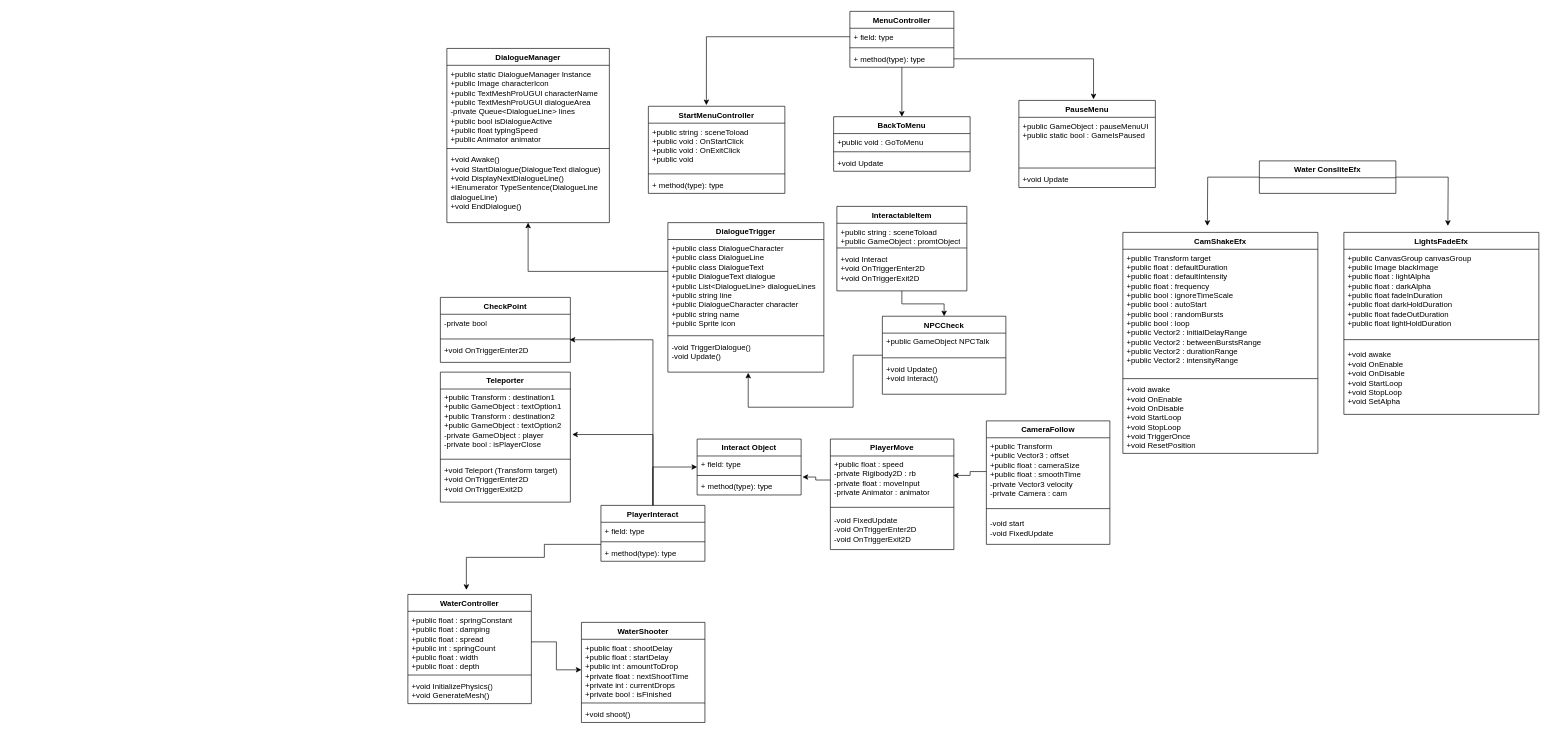
Blindman2233/ForDiagram keeps this draw.io diagram as skibidi Diagram.drawio. Above is the earlier version. Source tidied: cells renumbered, new cells numbered last; positions are measured from the earlier drawing's top-left corner, leaving out a move shared by most shapes. Both pictures are drawn from the tidied source at 65%, with x=0, y=0 at pixel (408, 11).
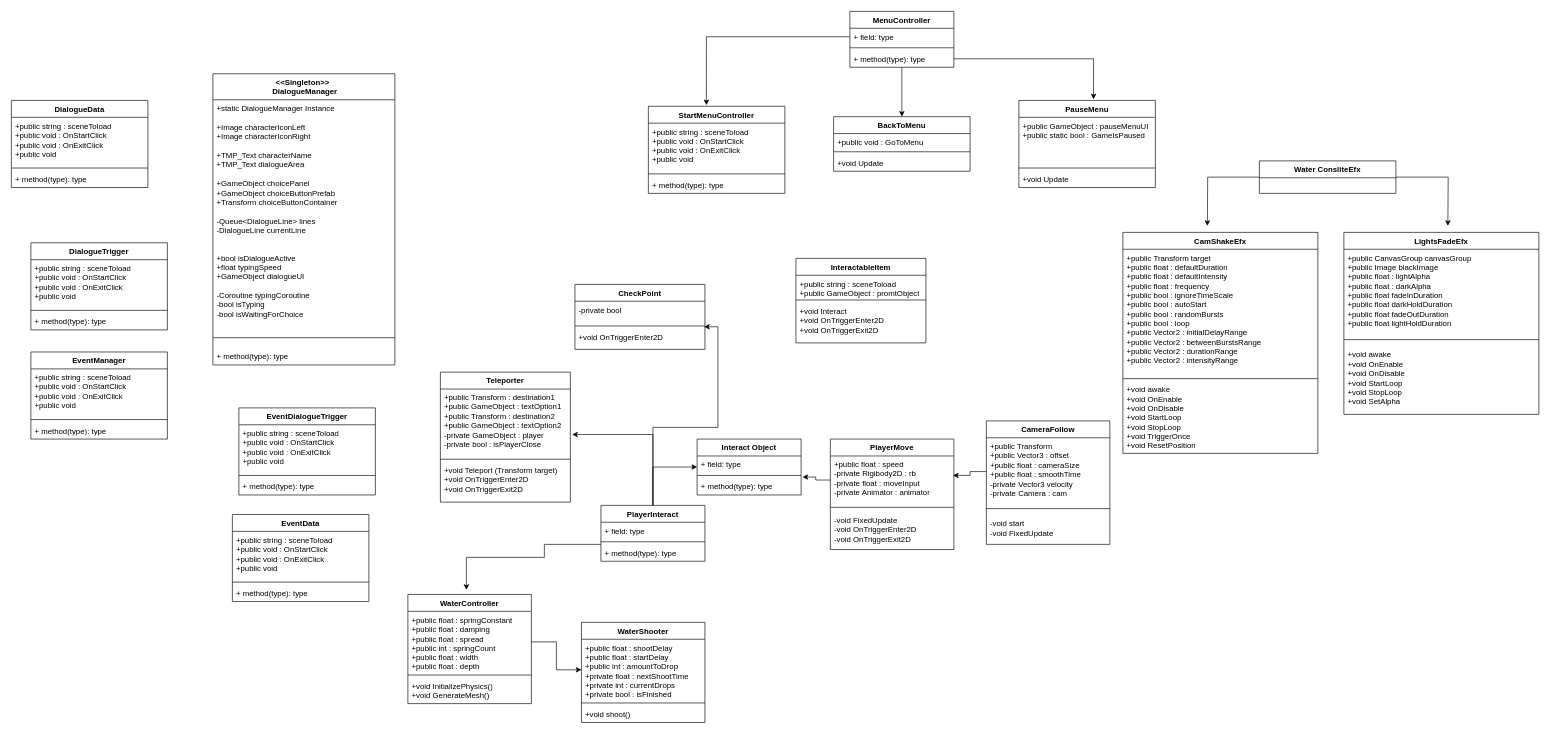
Above is the later version.

The edit, as a diff of the source:
```diff
@@
-    <mxCell id="16" value="DialogueManager" style="swimlane;fontStyle=1;align=center;verticalAlign=top;horizontal=1;startSize=26;whiteSpace=wrap;html=1;" parent="1" vertex="1">
-      <mxGeometry x="60" y="57" width="250" height="268" as="geometry" />
-    </mxCell>
-    <mxCell id="17" value="&lt;div&gt;+public static DialogueManager Instance&lt;/div&gt;&lt;div&gt;&lt;span style=&quot;background-color: transparent; color: light-dark(rgb(0, 0, 0), rgb(255, 255, 255));&quot;&gt;+public Image characterIcon&lt;/span&gt;&lt;/div&gt;&lt;div&gt;+public TextMeshProUGUI characterName&lt;/div&gt;&lt;div&gt;+public TextMeshProUGUI dialogueArea&lt;/div&gt;&lt;div&gt;&lt;span style=&quot;background-color: transparent; color: light-dark(rgb(0, 0, 0), rgb(255, 255, 255));&quot;&gt;-private Queue&amp;lt;DialogueLine&amp;gt; lines&lt;/span&gt;&lt;/div&gt;&lt;div&gt;+public bool isDialogueActive&lt;/div&gt;&lt;div&gt;&lt;span style=&quot;background-color: transparent; color: light-dark(rgb(0, 0, 0), rgb(255, 255, 255));&quot;&gt;+public float typingSpeed&lt;/span&gt;&lt;/div&gt;&lt;div&gt;&lt;span style=&quot;background-color: transparent; color: light-dark(rgb(0, 0, 0), rgb(255, 255, 255));&quot;&gt;+public Animator animator&lt;/span&gt;&lt;/div&gt;" style="text;strokeColor=none;fillColor=none;align=left;verticalAlign=top;spacingLeft=4;spacingRight=4;overflow=hidden;whiteSpace=wrap;html=1;" parent="16" vertex="1">
-      <mxGeometry y="26" width="250" height="124" as="geometry" />
-    </mxCell>
-    <mxCell id="18" style="line;strokeWidth=1;fillColor=none;align=left;verticalAlign=middle;spacingTop=-1;spacingLeft=3;spacingRight=3;labelPosition=right;strokeColor=inherit;" parent="16" vertex="1">
-      <mxGeometry y="150" width="250" height="8" as="geometry" />
-    </mxCell>
-    <mxCell id="19" value="+void Awake()&lt;div&gt;+void StartDialogue(DialogueText dialogue)&lt;/div&gt;&lt;div&gt;+void DisplayNextDialogueLine()&lt;/div&gt;&lt;div&gt;+IEnumerator TypeSentence(DialogueLine dialogueLine)&lt;/div&gt;&lt;div&gt;+void EndDialogue()&lt;/div&gt;&lt;div&gt;&lt;br&gt;&lt;/div&gt;" style="text;strokeColor=none;fillColor=none;align=left;verticalAlign=top;spacingLeft=4;spacingRight=4;overflow=hidden;whiteSpace=wrap;html=1;" parent="16" vertex="1">
-      <mxGeometry y="158" width="250" height="110" as="geometry" />
-    </mxCell>
@@
-    <mxCell id="24" style="edgeStyle=orthogonalEdgeStyle;rounded=0;jettySize=auto;html=1;entryX=0.5;entryY=1;entryDx=0;entryDy=0;" parent="1" edge="1" source="25" target="16">
-      <mxGeometry relative="1" as="geometry">
-        <Array as="points">
-          <mxPoint x="185" y="400" />
-        </Array>
-      </mxGeometry>
-    </mxCell>
-    <mxCell id="25" value="DialogueTrigger&lt;div&gt;&lt;br&gt;&lt;/div&gt;" style="swimlane;fontStyle=1;align=center;verticalAlign=top;horizontal=1;startSize=26;whiteSpace=wrap;html=1;" parent="1" vertex="1">
-      <mxGeometry x="400" y="325" width="240" height="230" as="geometry" />
-    </mxCell>
-    <mxCell id="26" value="&lt;div&gt;+public class DialogueCharacter&lt;/div&gt;&lt;div&gt;+public class DialogueLine&lt;/div&gt;&lt;div&gt;+public class DialogueText&lt;/div&gt;&lt;div&gt;+public DialogueText dialogue&lt;/div&gt;&lt;div&gt;+public List&amp;lt;DialogueLine&amp;gt; dialogueLines&lt;/div&gt;&lt;div&gt;+public string line&lt;/div&gt;&lt;div&gt;+public DialogueCharacter character&lt;/div&gt;&lt;div&gt;&lt;span style=&quot;background-color: transparent;&quot;&gt;+public string name&lt;/span&gt;&lt;/div&gt;&lt;div&gt;+public Sprite icon&lt;/div&gt;" style="text;strokeColor=none;fillColor=none;align=left;verticalAlign=top;spacingLeft=4;spacingRight=4;overflow=hidden;whiteSpace=wrap;html=1;" parent="25" vertex="1">
-      <mxGeometry y="26" width="240" height="144" as="geometry" />
-    </mxCell>
-    <mxCell id="27" style="line;strokeWidth=1;fillColor=none;align=left;verticalAlign=middle;spacingTop=-1;spacingLeft=3;spacingRight=3;labelPosition=right;strokeColor=inherit;" parent="25" vertex="1">
-      <mxGeometry y="170" width="240" height="8" as="geometry" />
-    </mxCell>
-    <mxCell id="28" value="-void TriggerDialogue()&lt;div&gt;-void Update()&lt;/div&gt;" style="text;strokeColor=none;fillColor=none;align=left;verticalAlign=top;spacingLeft=4;spacingRight=4;overflow=hidden;points=[[0,0.5],[1,0.5]];portConstraint=eastwest;whiteSpace=wrap;html=1;" parent="25" vertex="1">
-      <mxGeometry y="178" width="240" height="52" as="geometry" />
-    </mxCell>
@@
     <mxCell id="37" value="CheckPoint" style="swimlane;fontStyle=1;align=center;verticalAlign=top;horizontal=1;startSize=26;whiteSpace=wrap;html=1;" parent="1" vertex="1">
-      <mxGeometry x="50" y="440" width="200" height="100" as="geometry" />
+      <mxGeometry x="257" y="420" width="200" height="100" as="geometry" />
     </mxCell>
@@
-    <mxCell id="41" style="edgeStyle=orthogonalEdgeStyle;rounded=0;jettySize=auto;html=1;entryX=0.5;entryY=0;entryDx=0;entryDy=0;" parent="1" edge="1" source="42" target="69">
-      <mxGeometry relative="1" as="geometry" />
-    </mxCell>
-    <mxCell id="42" value="InteractableItem" style="swimlane;fontStyle=1;align=center;verticalAlign=top;horizontal=1;startSize=26;whiteSpace=wrap;html=1;" parent="1" vertex="1">
-      <mxGeometry x="660" y="300" width="200" height="130" as="geometry" />
-    </mxCell>
-    <mxCell id="43" value="&lt;div&gt;+public string : sceneToload&lt;/div&gt;&lt;div&gt;+public GameObject : promtObject&lt;/div&gt;" style="text;strokeColor=none;fillColor=none;align=left;verticalAlign=top;spacingLeft=4;spacingRight=4;overflow=hidden;whiteSpace=wrap;html=1;" parent="42" vertex="1">
-      <mxGeometry y="26" width="200" height="34" as="geometry" />
-    </mxCell>
-    <mxCell id="44" style="line;strokeWidth=1;fillColor=none;align=left;verticalAlign=middle;spacingTop=-1;spacingLeft=3;spacingRight=3;labelPosition=right;strokeColor=inherit;" parent="42" vertex="1">
-      <mxGeometry y="60" width="200" height="8" as="geometry" />
-    </mxCell>
-    <mxCell id="45" value="+void Interact&lt;div&gt;+void OnTriggerEnter2D&lt;/div&gt;&lt;div&gt;+void OnTriggerExit2D&lt;/div&gt;" style="text;strokeColor=none;fillColor=none;align=left;verticalAlign=top;spacingLeft=4;spacingRight=4;overflow=hidden;whiteSpace=wrap;html=1;" parent="42" vertex="1">
-      <mxGeometry y="68" width="200" height="62" as="geometry" />
-    </mxCell>
@@
-    <mxCell id="69" value="NPCCheck" style="swimlane;fontStyle=1;align=center;verticalAlign=top;horizontal=1;startSize=26;whiteSpace=wrap;html=1;" parent="1" vertex="1">
-      <mxGeometry x="730" y="469" width="190" height="120" as="geometry" />
-    </mxCell>
-    <mxCell id="70" value="+public GameObject NPCTalk" style="text;strokeColor=none;fillColor=none;align=left;verticalAlign=top;spacingLeft=4;spacingRight=4;overflow=hidden;whiteSpace=wrap;html=1;" parent="69" vertex="1">
-      <mxGeometry y="26" width="190" height="34" as="geometry" />
-    </mxCell>
-    <mxCell id="71" style="line;strokeWidth=1;fillColor=none;align=left;verticalAlign=middle;spacingTop=-1;spacingLeft=3;spacingRight=3;labelPosition=right;strokeColor=inherit;" parent="69" vertex="1">
-      <mxGeometry y="60" width="190" height="8" as="geometry" />
-    </mxCell>
-    <mxCell id="72" value="+void Update()&lt;div&gt;+void Interact()&lt;/div&gt;" style="text;strokeColor=none;fillColor=none;align=left;verticalAlign=top;spacingLeft=4;spacingRight=4;overflow=hidden;whiteSpace=wrap;html=1;" parent="69" vertex="1">
-      <mxGeometry y="68" width="190" height="52" as="geometry" />
-    </mxCell>
-    <mxCell id="73" style="edgeStyle=orthogonalEdgeStyle;rounded=0;jettySize=auto;html=1;entryX=0.515;entryY=1.019;entryDx=0;entryDy=0;entryPerimeter=0;" parent="1" edge="1" source="69" target="28">
-      <mxGeometry relative="1" as="geometry" />
-    </mxCell>
@@
+    <mxCell id="42" value="InteractableItem" style="swimlane;fontStyle=1;align=center;verticalAlign=top;horizontal=1;startSize=26;whiteSpace=wrap;html=1;" parent="1" vertex="1">
+      <mxGeometry x="597" y="380" width="200" height="130" as="geometry" />
+    </mxCell>
+    <mxCell id="43" value="&lt;div&gt;+public string : sceneToload&lt;/div&gt;&lt;div&gt;+public GameObject : promtObject&lt;/div&gt;" style="text;strokeColor=none;fillColor=none;align=left;verticalAlign=top;spacingLeft=4;spacingRight=4;overflow=hidden;whiteSpace=wrap;html=1;" parent="1" vertex="1">
+      <mxGeometry x="597" y="406" width="200" height="34" as="geometry" />
+    </mxCell>
+    <mxCell id="44" style="line;strokeWidth=1;fillColor=none;align=left;verticalAlign=middle;spacingTop=-1;spacingLeft=3;spacingRight=3;labelPosition=right;strokeColor=inherit;" parent="1" vertex="1">
+      <mxGeometry x="597" y="440" width="200" height="8" as="geometry" />
+    </mxCell>
+    <mxCell id="45" value="+void Interact&lt;div&gt;+void OnTriggerEnter2D&lt;/div&gt;&lt;div&gt;+void OnTriggerExit2D&lt;/div&gt;" style="text;strokeColor=none;fillColor=none;align=left;verticalAlign=top;spacingLeft=4;spacingRight=4;overflow=hidden;whiteSpace=wrap;html=1;" parent="1" vertex="1">
+      <mxGeometry x="597" y="448" width="200" height="62" as="geometry" />
+    </mxCell>
+    <mxCell id="90" value="DialogueData" style="swimlane;fontStyle=1;align=center;verticalAlign=top;horizontal=1;startSize=26;whiteSpace=wrap;html=1;" parent="1" vertex="1">
+      <mxGeometry x="-610" y="137" width="210" height="134" as="geometry" />
+    </mxCell>
+    <mxCell id="91" value="+public string : sceneToload&lt;div&gt;+public void : OnStartClick&lt;/div&gt;&lt;div&gt;+public void : OnExitClick&lt;/div&gt;&lt;div&gt;+public void&amp;nbsp;&lt;/div&gt;" style="text;strokeColor=none;fillColor=none;align=left;verticalAlign=top;spacingLeft=4;spacingRight=4;overflow=hidden;whiteSpace=wrap;html=1;" parent="90" vertex="1">
+      <mxGeometry y="26" width="210" height="74" as="geometry" />
+    </mxCell>
+    <mxCell id="92" style="line;strokeWidth=1;fillColor=none;align=left;verticalAlign=middle;spacingTop=-1;spacingLeft=3;spacingRight=3;labelPosition=right;strokeColor=inherit;" parent="90" vertex="1">
+      <mxGeometry y="100" width="210" height="8" as="geometry" />
+    </mxCell>
+    <mxCell id="93" value="+ method(type): type" style="text;strokeColor=none;fillColor=none;align=left;verticalAlign=top;spacingLeft=4;spacingRight=4;overflow=hidden;whiteSpace=wrap;html=1;" parent="90" vertex="1">
+      <mxGeometry y="108" width="210" height="26" as="geometry" />
+    </mxCell>
+    <mxCell id="25" value="DialogueTrigger" style="swimlane;fontStyle=1;align=center;verticalAlign=top;horizontal=1;startSize=26;whiteSpace=wrap;html=1;" parent="1" vertex="1">
+      <mxGeometry x="-580" y="356" width="210" height="134" as="geometry" />
+    </mxCell>
+    <mxCell id="94" value="+public string : sceneToload&lt;div&gt;+public void : OnStartClick&lt;/div&gt;&lt;div&gt;+public void : OnExitClick&lt;/div&gt;&lt;div&gt;+public void&amp;nbsp;&lt;/div&gt;" style="text;strokeColor=none;fillColor=none;align=left;verticalAlign=top;spacingLeft=4;spacingRight=4;overflow=hidden;whiteSpace=wrap;html=1;" parent="25" vertex="1">
+      <mxGeometry y="26" width="210" height="74" as="geometry" />
+    </mxCell>
+    <mxCell id="95" style="line;strokeWidth=1;fillColor=none;align=left;verticalAlign=middle;spacingTop=-1;spacingLeft=3;spacingRight=3;labelPosition=right;strokeColor=inherit;" parent="25" vertex="1">
+      <mxGeometry y="100" width="210" height="8" as="geometry" />
+    </mxCell>
+    <mxCell id="96" value="+ method(type): type" style="text;strokeColor=none;fillColor=none;align=left;verticalAlign=top;spacingLeft=4;spacingRight=4;overflow=hidden;whiteSpace=wrap;html=1;" parent="25" vertex="1">
+      <mxGeometry y="108" width="210" height="26" as="geometry" />
+    </mxCell>
+    <mxCell id="97" value="&amp;lt;&amp;lt;Singleton&amp;gt;&amp;gt;&amp;nbsp;&lt;div&gt;&amp;nbsp;&lt;span style=&quot;background-color: transparent; color: light-dark(rgb(0, 0, 0), rgb(255, 255, 255));&quot;&gt;DialogueManager&lt;/span&gt;&lt;/div&gt;" style="swimlane;fontStyle=1;align=center;verticalAlign=top;horizontal=1;startSize=40;whiteSpace=wrap;html=1;" parent="1" vertex="1">
+      <mxGeometry x="-300" y="96" width="280" height="448" as="geometry" />
+    </mxCell>
+    <mxCell id="98" value="+static DialogueManager Instance&lt;div&gt;&lt;br&gt;&lt;div&gt;+Image characterIconLeft&lt;/div&gt;&lt;div&gt;+Image characterIconRight&lt;/div&gt;&lt;div&gt;&lt;br&gt;&lt;/div&gt;&lt;div&gt;+TMP_Text characterName&lt;/div&gt;&lt;div&gt;+TMP_&lt;span style=&quot;background-color: transparent; color: light-dark(rgb(0, 0, 0), rgb(255, 255, 255));&quot;&gt;Text&lt;/span&gt;&lt;span style=&quot;background-color: transparent; color: light-dark(rgb(0, 0, 0), rgb(255, 255, 255));&quot;&gt;&amp;nbsp;&lt;/span&gt;&lt;span style=&quot;background-color: transparent; color: light-dark(rgb(0, 0, 0), rgb(255, 255, 255));&quot;&gt;dialogueArea&lt;/span&gt;&lt;/div&gt;&lt;div&gt;&lt;span style=&quot;background-color: transparent; color: light-dark(rgb(0, 0, 0), rgb(255, 255, 255));&quot;&gt;&lt;br&gt;&lt;/span&gt;&lt;/div&gt;&lt;div&gt;&lt;span style=&quot;background-color: transparent; color: light-dark(rgb(0, 0, 0), rgb(255, 255, 255));&quot;&gt;+&lt;/span&gt;&lt;span style=&quot;background-color: transparent; font-size: 12px;&quot;&gt;GameObject choicePanel&lt;/span&gt;&lt;/div&gt;&lt;div&gt;&lt;span style=&quot;background-color: transparent; font-size: 12px;&quot;&gt;+&lt;/span&gt;&lt;span style=&quot;background-color: transparent; font-size: 12px;&quot;&gt;GameObject choiceButtonPrefab&lt;/span&gt;&lt;/div&gt;&lt;div&gt;+Transform choiceButtonContainer&lt;/div&gt;&lt;/div&gt;&lt;div&gt;&lt;br&gt;&lt;/div&gt;&lt;div&gt;-Queue&amp;lt;DialogueLine&amp;gt; lines&lt;/div&gt;&lt;div&gt;-DialogueLine currentLine&lt;/div&gt;&lt;div&gt;&lt;br&gt;&lt;/div&gt;&lt;div&gt;&lt;br&gt;&lt;/div&gt;&lt;div&gt;+bool isDialogueActive&lt;/div&gt;&lt;div&gt;+float typingSpeed&lt;/div&gt;&lt;div&gt;+GameObject dialogueUI&lt;/div&gt;&lt;div&gt;&lt;br&gt;&lt;/div&gt;&lt;div&gt;-Coroutine typingCoroutine&lt;/div&gt;&lt;div&gt;-bool isTyping&lt;/div&gt;&lt;div&gt;-bool isWaitingForChoice&lt;/div&gt;" style="text;strokeColor=none;fillColor=none;align=left;verticalAlign=top;spacingLeft=4;spacingRight=4;overflow=hidden;whiteSpace=wrap;html=1;" parent="97" vertex="1">
+      <mxGeometry y="40" width="280" height="350" as="geometry" />
+    </mxCell>
+    <mxCell id="99" style="line;strokeWidth=1;fillColor=none;align=left;verticalAlign=middle;spacingTop=-1;spacingLeft=3;spacingRight=3;labelPosition=right;strokeColor=inherit;" parent="97" vertex="1">
+      <mxGeometry y="390" width="280" height="32" as="geometry" />
+    </mxCell>
+    <mxCell id="100" value="+ method(type): type" style="text;strokeColor=none;fillColor=none;align=left;verticalAlign=top;spacingLeft=4;spacingRight=4;overflow=hidden;whiteSpace=wrap;html=1;" parent="97" vertex="1">
+      <mxGeometry y="422" width="280" height="26" as="geometry" />
+    </mxCell>
+    <mxCell id="101" value="EventDialogueTrigger" style="swimlane;fontStyle=1;align=center;verticalAlign=top;horizontal=1;startSize=26;whiteSpace=wrap;html=1;" parent="1" vertex="1">
+      <mxGeometry x="-260" y="610" width="210" height="134" as="geometry" />
+    </mxCell>
+    <mxCell id="102" value="+public string : sceneToload&lt;div&gt;+public void : OnStartClick&lt;/div&gt;&lt;div&gt;+public void : OnExitClick&lt;/div&gt;&lt;div&gt;+public void&amp;nbsp;&lt;/div&gt;" style="text;strokeColor=none;fillColor=none;align=left;verticalAlign=top;spacingLeft=4;spacingRight=4;overflow=hidden;whiteSpace=wrap;html=1;" parent="101" vertex="1">
+      <mxGeometry y="26" width="210" height="74" as="geometry" />
+    </mxCell>
+    <mxCell id="103" style="line;strokeWidth=1;fillColor=none;align=left;verticalAlign=middle;spacingTop=-1;spacingLeft=3;spacingRight=3;labelPosition=right;strokeColor=inherit;" parent="101" vertex="1">
+      <mxGeometry y="100" width="210" height="8" as="geometry" />
+    </mxCell>
+    <mxCell id="104" value="+ method(type): type" style="text;strokeColor=none;fillColor=none;align=left;verticalAlign=top;spacingLeft=4;spacingRight=4;overflow=hidden;whiteSpace=wrap;html=1;" parent="101" vertex="1">
+      <mxGeometry y="108" width="210" height="26" as="geometry" />
+    </mxCell>
+    <mxCell id="105" value="EventManager" style="swimlane;fontStyle=1;align=center;verticalAlign=top;horizontal=1;startSize=26;whiteSpace=wrap;html=1;" parent="1" vertex="1">
+      <mxGeometry x="-580" y="524" width="210" height="134" as="geometry" />
+    </mxCell>
+    <mxCell id="106" value="+public string : sceneToload&lt;div&gt;+public void : OnStartClick&lt;/div&gt;&lt;div&gt;+public void : OnExitClick&lt;/div&gt;&lt;div&gt;+public void&amp;nbsp;&lt;/div&gt;" style="text;strokeColor=none;fillColor=none;align=left;verticalAlign=top;spacingLeft=4;spacingRight=4;overflow=hidden;whiteSpace=wrap;html=1;" parent="105" vertex="1">
+      <mxGeometry y="26" width="210" height="74" as="geometry" />
+    </mxCell>
+    <mxCell id="107" style="line;strokeWidth=1;fillColor=none;align=left;verticalAlign=middle;spacingTop=-1;spacingLeft=3;spacingRight=3;labelPosition=right;strokeColor=inherit;" parent="105" vertex="1">
+      <mxGeometry y="100" width="210" height="8" as="geometry" />
+    </mxCell>
+    <mxCell id="108" value="+ method(type): type" style="text;strokeColor=none;fillColor=none;align=left;verticalAlign=top;spacingLeft=4;spacingRight=4;overflow=hidden;whiteSpace=wrap;html=1;" parent="105" vertex="1">
+      <mxGeometry y="108" width="210" height="26" as="geometry" />
+    </mxCell>
+    <mxCell id="109" value="EventData" style="swimlane;fontStyle=1;align=center;verticalAlign=top;horizontal=1;startSize=26;whiteSpace=wrap;html=1;" parent="1" vertex="1">
+      <mxGeometry x="-270" y="774" width="210" height="134" as="geometry" />
+    </mxCell>
+    <mxCell id="110" value="+public string : sceneToload&lt;div&gt;+public void : OnStartClick&lt;/div&gt;&lt;div&gt;+public void : OnExitClick&lt;/div&gt;&lt;div&gt;+public void&amp;nbsp;&lt;/div&gt;" style="text;strokeColor=none;fillColor=none;align=left;verticalAlign=top;spacingLeft=4;spacingRight=4;overflow=hidden;whiteSpace=wrap;html=1;" parent="109" vertex="1">
+      <mxGeometry y="26" width="210" height="74" as="geometry" />
+    </mxCell>
+    <mxCell id="111" style="line;strokeWidth=1;fillColor=none;align=left;verticalAlign=middle;spacingTop=-1;spacingLeft=3;spacingRight=3;labelPosition=right;strokeColor=inherit;" parent="109" vertex="1">
+      <mxGeometry y="100" width="210" height="8" as="geometry" />
+    </mxCell>
+    <mxCell id="112" value="+ method(type): type" style="text;strokeColor=none;fillColor=none;align=left;verticalAlign=top;spacingLeft=4;spacingRight=4;overflow=hidden;whiteSpace=wrap;html=1;" parent="109" vertex="1">
+      <mxGeometry y="108" width="210" height="26" as="geometry" />
+    </mxCell>
```
